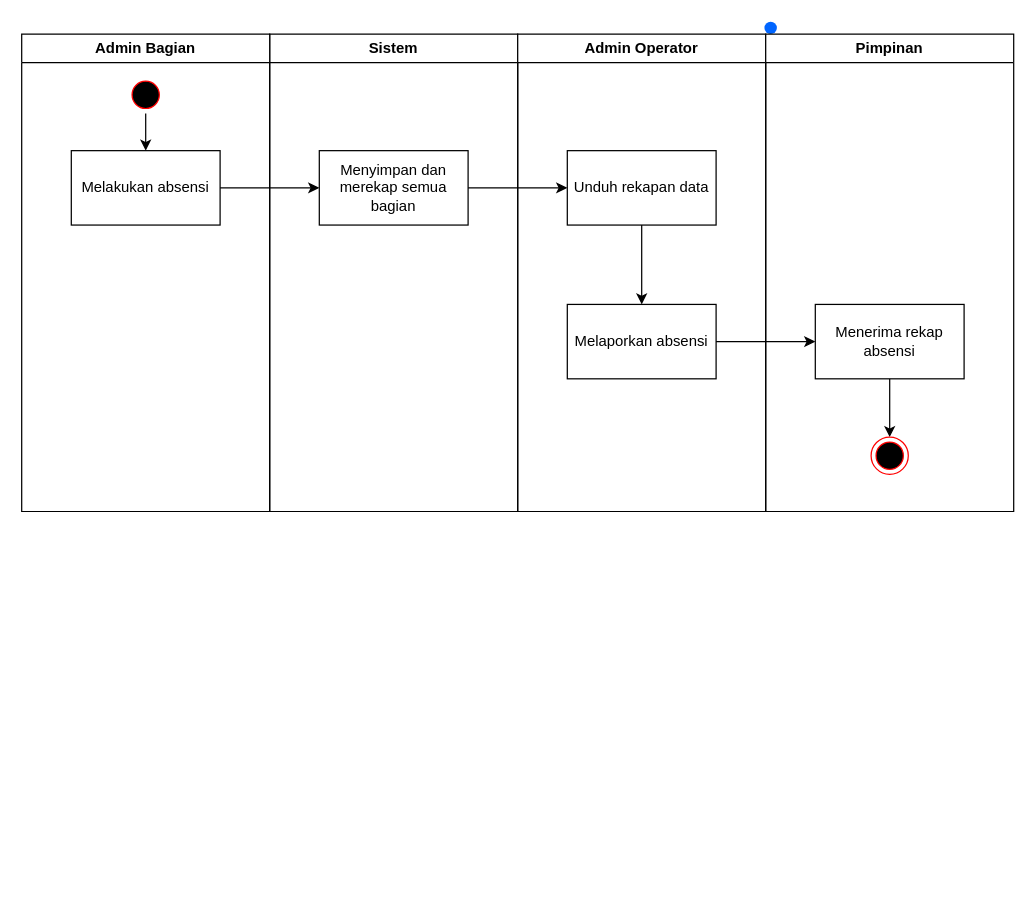
Above: page "Activity Usulan" (3 of 3) of planning/activitySystemDiagram.drawio in dzikfr/aplikasi-absensi-baharkam-2024 (draw.io), before the change. Source tidied: cells renumbered, new cells numbered last; positions are measured from the earlier drawing's top-left corner, leaving out a move shared by most shapes. Both pictures are drawn from the tidied source at 124%, with x=0, y=0 at pixel (21, 21).
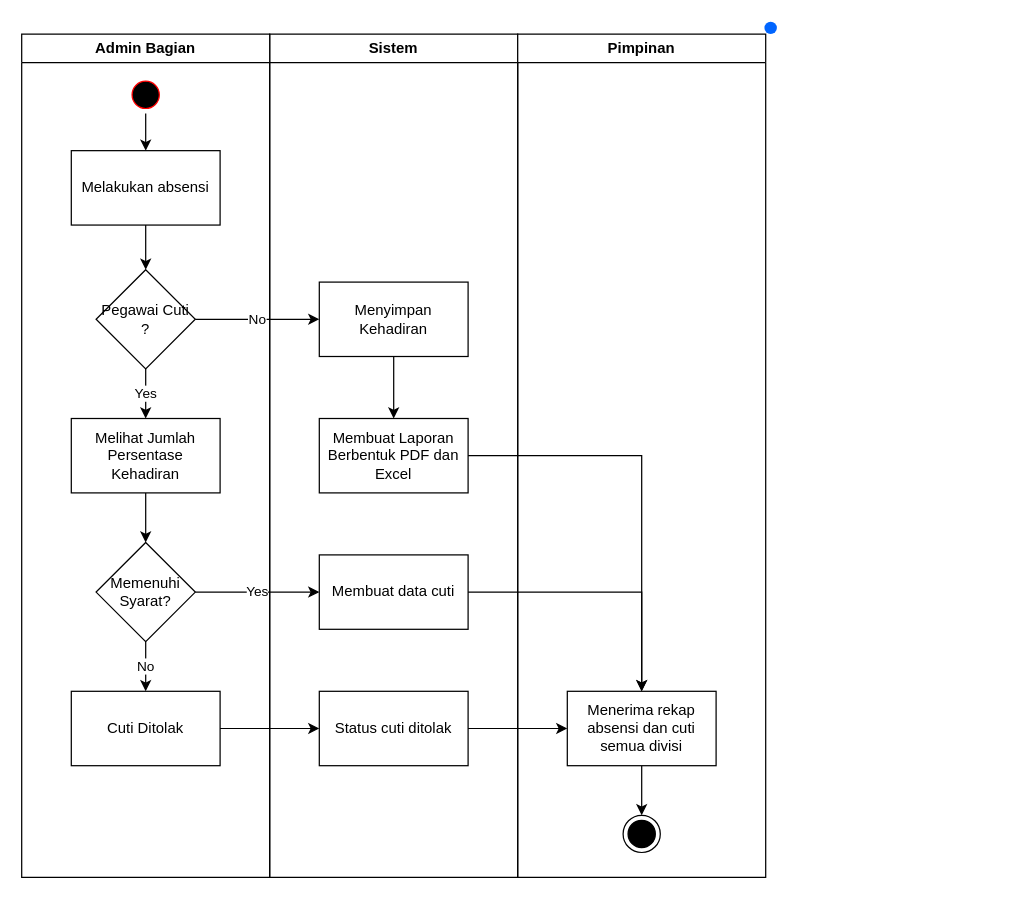
The same diagram, later.

Unchanged cells that the change refers to:
```xml
<mxCell id="16" value="Melakukan absensi" style="rounded=0;whiteSpace=wrap;html=1;" parent="14" vertex="1">
  <mxGeometry x="40" y="94" width="120" height="60" as="geometry" />
</mxCell>
```

What changed in the source:
```diff
@@
     <mxCell id="3" value="Sistem" style="swimlane;whiteSpace=wrap;html=1;startSize=23;" parent="1" vertex="1">
-      <mxGeometry x="200" y="10" width="200" height="385" as="geometry" />
+      <mxGeometry x="200" y="10" width="200" height="680" as="geometry" />
     </mxCell>
-    <mxCell id="4" style="rounded=0;jettySize=auto;html=1;entryX=0.5;entryY=0;entryDx=0;entryDy=0;" parent="3" edge="1" target="5">
-      <mxGeometry relative="1" as="geometry">
-        <mxPoint x="100" y="128" as="sourcePoint" />
-      </mxGeometry>
-    </mxCell>
+    <mxCell id="22" style="edgeStyle=orthogonalEdgeStyle;rounded=0;jettySize=auto;html=1;exitX=0.5;exitY=1;exitDx=0;exitDy=0;entryX=0.5;entryY=0;entryDx=0;entryDy=0;" parent="3" edge="1" source="5" target="24">
+      <mxGeometry relative="1" as="geometry" />
+    </mxCell>
-    <mxCell id="5" value="Menyimpan dan merekap semua bagian" style="rounded=0;whiteSpace=wrap;html=1;" parent="3" vertex="1">
-      <mxGeometry x="40" y="94" width="120" height="60" as="geometry" />
+    <mxCell id="5" value="Menyimpan Kehadiran" style="rounded=0;whiteSpace=wrap;html=1;" parent="3" vertex="1">
+      <mxGeometry x="40" y="200" width="120" height="60" as="geometry" />
     </mxCell>
+    <mxCell id="23" value="Membuat data cuti" style="rounded=0;whiteSpace=wrap;html=1;" parent="3" vertex="1">
+      <mxGeometry x="40" y="420" width="120" height="60" as="geometry" />
+    </mxCell>
+    <mxCell id="24" value="Membuat Laporan Berbentuk PDF dan Excel" style="rounded=0;whiteSpace=wrap;html=1;" parent="3" vertex="1">
+      <mxGeometry x="40" y="310" width="120" height="60" as="geometry" />
+    </mxCell>
+    <mxCell id="25" value="Status cuti ditolak" style="rounded=0;whiteSpace=wrap;html=1;" parent="3" vertex="1">
+      <mxGeometry x="40" y="530" width="120" height="60" as="geometry" />
+    </mxCell>
-    <mxCell id="6" value="Admin Operator" style="swimlane;whiteSpace=wrap;html=1;startSize=23;" parent="1" vertex="1">
-      <mxGeometry x="400" y="10" width="200" height="385" as="geometry" />
+    <mxCell id="6" value="Pimpinan" style="swimlane;whiteSpace=wrap;html=1;startSize=23;" parent="1" vertex="1">
+      <mxGeometry x="400" y="10" width="200" height="680" as="geometry" />
     </mxCell>
-    <mxCell id="7" style="edgeStyle=orthogonalEdgeStyle;rounded=0;jettySize=auto;html=1;exitX=0.5;exitY=1;exitDx=0;exitDy=0;entryX=0.5;entryY=0;entryDx=0;entryDy=0;" parent="6" edge="1" source="8" target="9">
-      <mxGeometry relative="1" as="geometry" />
-    </mxCell>
-    <mxCell id="8" value="Unduh rekapan data" style="rounded=0;whiteSpace=wrap;html=1;" parent="6" vertex="1">
-      <mxGeometry x="40" y="94" width="120" height="60" as="geometry" />
-    </mxCell>
-    <mxCell id="9" value="Melaporkan absensi" style="rounded=0;whiteSpace=wrap;html=1;" parent="6" vertex="1">
-      <mxGeometry x="40" y="218" width="120" height="60" as="geometry" />
-    </mxCell>
-    <mxCell id="10" value="Pimpinan" style="swimlane;whiteSpace=wrap;html=1;startSize=23;" parent="1" vertex="1">
-      <mxGeometry x="600" y="10" width="200" height="385" as="geometry" />
-    </mxCell>
-    <mxCell id="11" style="edgeStyle=orthogonalEdgeStyle;rounded=0;jettySize=auto;html=1;exitX=0.5;exitY=1;exitDx=0;exitDy=0;entryX=0.5;entryY=0;entryDx=0;entryDy=0;" parent="10" edge="1" source="12" target="13">
-      <mxGeometry relative="1" as="geometry" />
-    </mxCell>
+    <mxCell id="26" style="edgeStyle=orthogonalEdgeStyle;rounded=0;jettySize=auto;html=1;exitX=0.5;exitY=1;exitDx=0;exitDy=0;entryX=0.5;entryY=0;entryDx=0;entryDy=0;" parent="6" edge="1" source="12" target="27">
+      <mxGeometry relative="1" as="geometry" />
+    </mxCell>
-    <mxCell id="12" value="Menerima rekap absensi" style="rounded=0;whiteSpace=wrap;html=1;" parent="10" vertex="1">
-      <mxGeometry x="40" y="218" width="120" height="60" as="geometry" />
+    <mxCell id="12" value="Menerima rekap absensi dan cuti semua divisi" style="rounded=0;whiteSpace=wrap;html=1;" parent="6" vertex="1">
+      <mxGeometry x="40" y="530" width="120" height="60" as="geometry" />
     </mxCell>
-    <mxCell id="13" style="ellipse;html=1;shape=endState;fillColor=#000000;strokeColor=#ff0000;" parent="10" vertex="1">
-      <mxGeometry x="85" y="325" width="30" height="30" as="geometry" />
-    </mxCell>
+    <mxCell id="27" style="ellipse;html=1;shape=endState;fillColor=strokeColor;" parent="6" vertex="1">
+      <mxGeometry x="85" y="630" width="30" height="30" as="geometry" />
+    </mxCell>
     <mxCell id="14" value="Admin Bagian" style="swimlane;whiteSpace=wrap;html=1;startSize=23;" parent="1" vertex="1">
-      <mxGeometry y="10" width="200" height="385" as="geometry" />
+      <mxGeometry y="10" width="200" height="680" as="geometry" />
     </mxCell>
@@
+    <mxCell id="28" style="edgeStyle=orthogonalEdgeStyle;rounded=0;jettySize=auto;html=1;exitX=0.5;exitY=1;exitDx=0;exitDy=0;entryX=0.5;entryY=0;entryDx=0;entryDy=0;" parent="14" edge="1" source="16" target="30">
+      <mxGeometry relative="1" as="geometry" />
+    </mxCell>
@@
-    <mxCell id="19" style="edgeStyle=orthogonalEdgeStyle;rounded=0;jettySize=auto;html=1;exitX=1;exitY=0.5;exitDx=0;exitDy=0;entryX=0;entryY=0.5;entryDx=0;entryDy=0;" parent="1" edge="1" source="16" target="5">
-      <mxGeometry relative="1" as="geometry" />
-    </mxCell>
-    <mxCell id="20" style="edgeStyle=orthogonalEdgeStyle;rounded=0;jettySize=auto;html=1;exitX=1;exitY=0.5;exitDx=0;exitDy=0;entryX=0;entryY=0.5;entryDx=0;entryDy=0;" parent="1" edge="1" source="5" target="8">
-      <mxGeometry relative="1" as="geometry" />
-    </mxCell>
-    <mxCell id="21" style="edgeStyle=orthogonalEdgeStyle;rounded=0;jettySize=auto;html=1;exitX=1;exitY=0.5;exitDx=0;exitDy=0;entryX=0;entryY=0.5;entryDx=0;entryDy=0;" parent="1" edge="1" source="9" target="12">
-      <mxGeometry relative="1" as="geometry" />
-    </mxCell>
+    <mxCell id="29" value="Yes" style="edgeStyle=orthogonalEdgeStyle;rounded=0;jettySize=auto;html=1;exitX=0.5;exitY=1;exitDx=0;exitDy=0;entryX=0.5;entryY=0;entryDx=0;entryDy=0;" parent="14" edge="1" source="30" target="8">
+      <mxGeometry relative="1" as="geometry" />
+    </mxCell>
+    <mxCell id="30" value="Pegawai Cuti ?" style="rhombus;whiteSpace=wrap;html=1;" parent="14" vertex="1">
+      <mxGeometry x="60" y="190" width="80" height="80" as="geometry" />
+    </mxCell>
+    <mxCell id="31" style="edgeStyle=orthogonalEdgeStyle;rounded=0;jettySize=auto;html=1;exitX=0.5;exitY=1;exitDx=0;exitDy=0;entryX=0.5;entryY=0;entryDx=0;entryDy=0;" parent="14" edge="1" source="8" target="33">
+      <mxGeometry relative="1" as="geometry" />
+    </mxCell>
+    <mxCell id="8" value="Melihat Jumlah Persentase Kehadiran" style="rounded=0;whiteSpace=wrap;html=1;" parent="14" vertex="1">
+      <mxGeometry x="40" y="310" width="120" height="60" as="geometry" />
+    </mxCell>
+    <mxCell id="32" value="No" style="edgeStyle=orthogonalEdgeStyle;rounded=0;jettySize=auto;html=1;exitX=0.5;exitY=1;exitDx=0;exitDy=0;entryX=0.5;entryY=0;entryDx=0;entryDy=0;" parent="14" edge="1" source="33" target="34">
+      <mxGeometry relative="1" as="geometry" />
+    </mxCell>
+    <mxCell id="33" value="Memenuhi Syarat?" style="rhombus;whiteSpace=wrap;html=1;" parent="14" vertex="1">
+      <mxGeometry x="60" y="410" width="80" height="80" as="geometry" />
+    </mxCell>
+    <mxCell id="34" value="Cuti Ditolak" style="rounded=0;whiteSpace=wrap;html=1;" parent="14" vertex="1">
+      <mxGeometry x="40" y="530" width="120" height="60" as="geometry" />
+    </mxCell>
+    <mxCell id="35" value="No" style="edgeStyle=orthogonalEdgeStyle;rounded=0;jettySize=auto;html=1;exitX=1;exitY=0.5;exitDx=0;exitDy=0;entryX=0;entryY=0.5;entryDx=0;entryDy=0;" parent="1" edge="1" source="30" target="5">
+      <mxGeometry relative="1" as="geometry" />
+    </mxCell>
+    <mxCell id="36" value="Yes" style="edgeStyle=orthogonalEdgeStyle;rounded=0;jettySize=auto;html=1;exitX=1;exitY=0.5;exitDx=0;exitDy=0;entryX=0;entryY=0.5;entryDx=0;entryDy=0;" parent="1" edge="1" source="33" target="23">
+      <mxGeometry relative="1" as="geometry" />
+    </mxCell>
+    <mxCell id="37" style="edgeStyle=orthogonalEdgeStyle;rounded=0;jettySize=auto;html=1;exitX=1;exitY=0.5;exitDx=0;exitDy=0;entryX=0;entryY=0.5;entryDx=0;entryDy=0;" parent="1" edge="1" source="34" target="25">
+      <mxGeometry relative="1" as="geometry" />
+    </mxCell>
+    <mxCell id="38" style="edgeStyle=orthogonalEdgeStyle;rounded=0;jettySize=auto;html=1;exitX=1;exitY=0.5;exitDx=0;exitDy=0;entryX=0.5;entryY=0;entryDx=0;entryDy=0;" parent="1" edge="1" source="24" target="12">
+      <mxGeometry relative="1" as="geometry" />
+    </mxCell>
+    <mxCell id="39" style="edgeStyle=orthogonalEdgeStyle;rounded=0;jettySize=auto;html=1;exitX=1;exitY=0.5;exitDx=0;exitDy=0;entryX=0;entryY=0.5;entryDx=0;entryDy=0;" parent="1" edge="1" source="25" target="12">
+      <mxGeometry relative="1" as="geometry" />
+    </mxCell>
+    <mxCell id="40" style="edgeStyle=orthogonalEdgeStyle;rounded=0;jettySize=auto;html=1;exitX=1;exitY=0.5;exitDx=0;exitDy=0;entryX=0.5;entryY=0;entryDx=0;entryDy=0;" parent="1" edge="1" source="23" target="12">
+      <mxGeometry relative="1" as="geometry" />
+    </mxCell>
```
